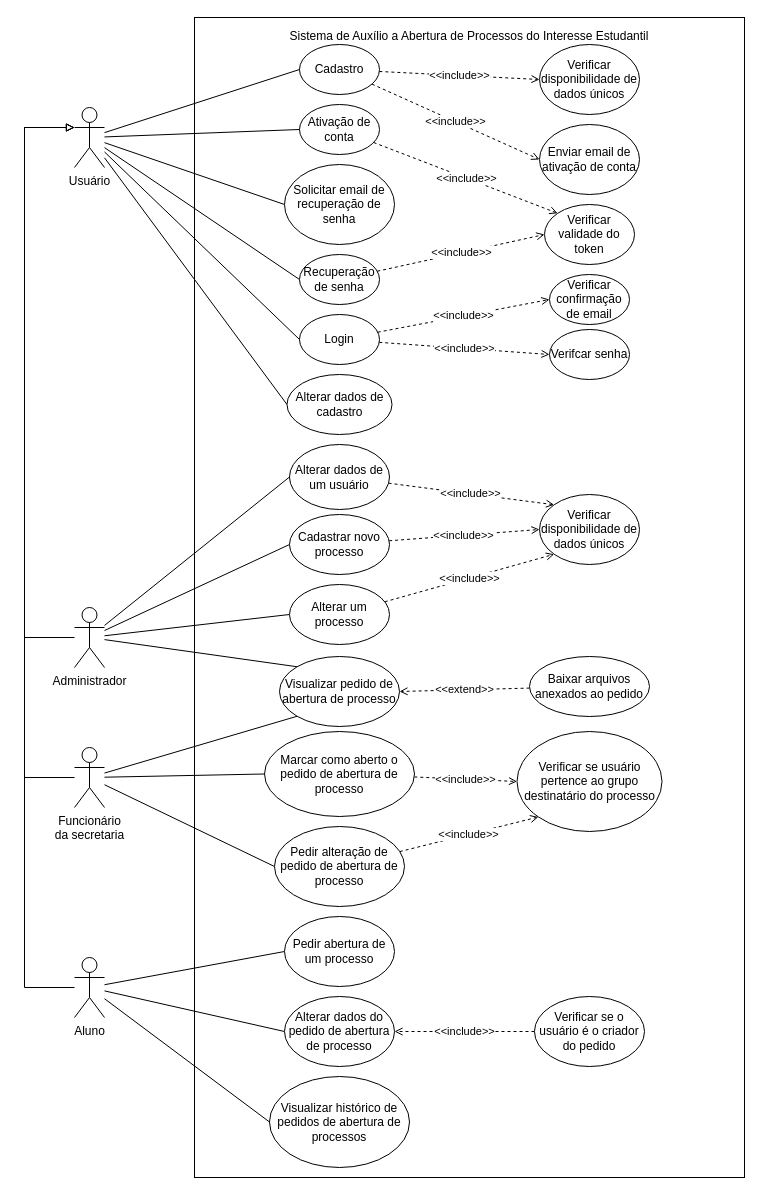
Before: docs/Use Case Diagram.drawio in JoaoG250/saapie, a draw.io diagram. Source tidied: cells renumbered, new cells numbered last; positions are measured from the earlier drawing's top-left corner, leaving out a move shared by most shapes. Both pictures are drawn from the tidied source at 100%, with x=0, y=0 at pixel (24, 17).
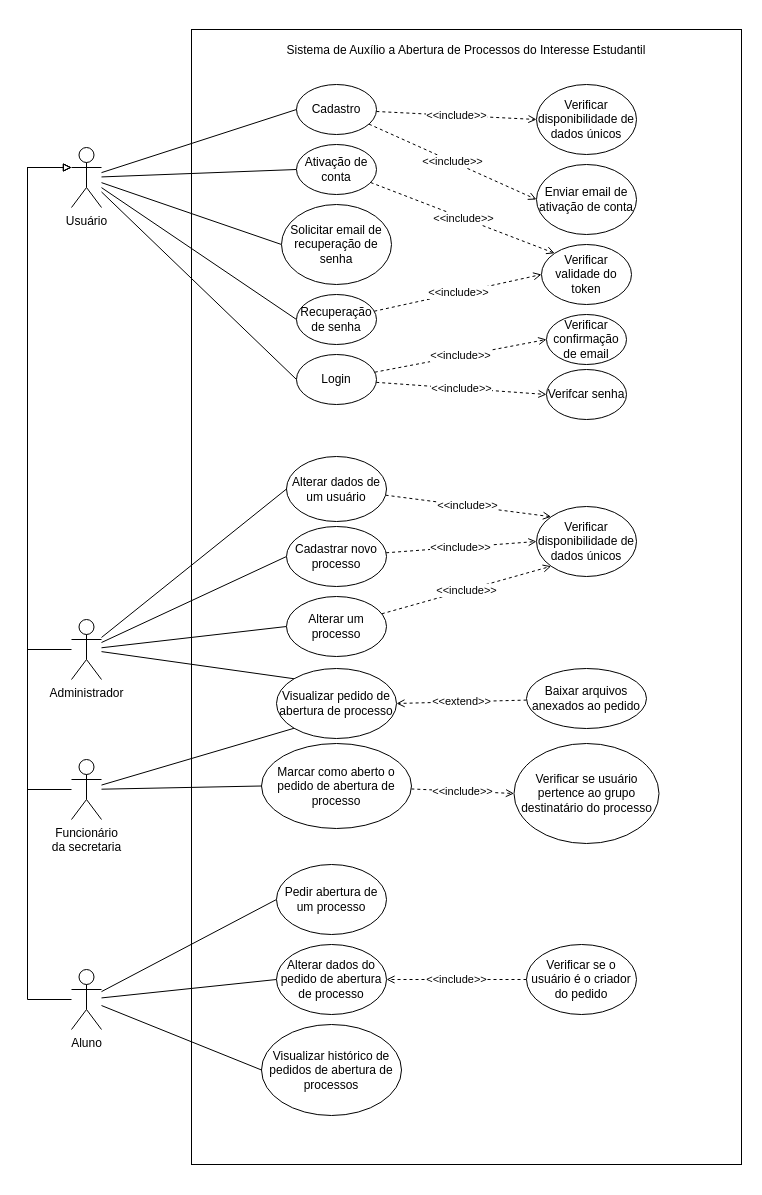
The same diagram, later.

The edit, as a diff of the source:
```diff
@@
-    <mxCell id="2" value="&lt;div&gt;Sistema de Auxílio a Abertura de Processos do Interesse Estudantil&lt;/div&gt;&lt;div&gt;&lt;br&gt;&lt;/div&gt;&lt;div&gt;&lt;br&gt;&lt;/div&gt;&lt;div&gt;&lt;br&gt;&lt;/div&gt;&lt;div&gt;&lt;br&gt;&lt;/div&gt;&lt;div&gt;&lt;br&gt;&lt;/div&gt;&lt;div&gt;&lt;br&gt;&lt;/div&gt;&lt;div&gt;&lt;br&gt;&lt;/div&gt;&lt;div&gt;&lt;br&gt;&lt;/div&gt;&lt;div&gt;&lt;br&gt;&lt;/div&gt;&lt;div&gt;&lt;br&gt;&lt;/div&gt;&lt;div&gt;&lt;br&gt;&lt;/div&gt;&lt;div&gt;&lt;br&gt;&lt;/div&gt;&lt;div&gt;&lt;br&gt;&lt;/div&gt;&lt;div&gt;&lt;br&gt;&lt;/div&gt;&lt;div&gt;&lt;br&gt;&lt;/div&gt;&lt;div&gt;&lt;br&gt;&lt;/div&gt;&lt;div&gt;&lt;br&gt;&lt;/div&gt;&lt;div&gt;&lt;br&gt;&lt;/div&gt;&lt;div&gt;&lt;br&gt;&lt;/div&gt;&lt;div&gt;&lt;br&gt;&lt;/div&gt;&lt;div&gt;&lt;br&gt;&lt;/div&gt;&lt;div&gt;&lt;br&gt;&lt;/div&gt;&lt;div&gt;&lt;br&gt;&lt;/div&gt;&lt;div&gt;&lt;br&gt;&lt;/div&gt;&lt;div&gt;&lt;br&gt;&lt;/div&gt;&lt;div&gt;&lt;br&gt;&lt;/div&gt;&lt;div&gt;&lt;br&gt;&lt;/div&gt;&lt;div&gt;&lt;br&gt;&lt;/div&gt;&lt;div&gt;&lt;br&gt;&lt;/div&gt;&lt;div&gt;&lt;br&gt;&lt;/div&gt;&lt;div&gt;&lt;br&gt;&lt;/div&gt;&lt;div&gt;&lt;br&gt;&lt;/div&gt;&lt;div&gt;&lt;br&gt;&lt;/div&gt;&lt;div&gt;&lt;br&gt;&lt;/div&gt;&lt;div&gt;&lt;br&gt;&lt;/div&gt;&lt;div&gt;&lt;br&gt;&lt;/div&gt;&lt;div&gt;&lt;br&gt;&lt;/div&gt;&lt;div&gt;&lt;br&gt;&lt;/div&gt;&lt;div&gt;&lt;br&gt;&lt;/div&gt;&lt;div&gt;&lt;br&gt;&lt;/div&gt;&lt;div&gt;&lt;br&gt;&lt;/div&gt;&lt;div&gt;&lt;br&gt;&lt;/div&gt;&lt;div&gt;&lt;br&gt;&lt;/div&gt;&lt;div&gt;&lt;br&gt;&lt;/div&gt;&lt;div&gt;&lt;br&gt;&lt;/div&gt;&lt;div&gt;&lt;br&gt;&lt;/div&gt;&lt;div&gt;&lt;br&gt;&lt;/div&gt;&lt;div&gt;&lt;br&gt;&lt;/div&gt;&lt;div&gt;&lt;br&gt;&lt;/div&gt;&lt;div&gt;&lt;br&gt;&lt;/div&gt;&lt;div&gt;&lt;br&gt;&lt;/div&gt;&lt;div&gt;&lt;br&gt;&lt;/div&gt;&lt;div&gt;&lt;br&gt;&lt;/div&gt;&lt;div&gt;&lt;br&gt;&lt;/div&gt;&lt;div&gt;&lt;br&gt;&lt;/div&gt;&lt;div&gt;&lt;br&gt;&lt;/div&gt;&lt;div&gt;&lt;br&gt;&lt;/div&gt;&lt;div&gt;&lt;br&gt;&lt;/div&gt;&lt;div&gt;&lt;br&gt;&lt;/div&gt;&lt;div&gt;&lt;br&gt;&lt;/div&gt;&lt;div&gt;&lt;br&gt;&lt;/div&gt;&lt;div&gt;&lt;br&gt;&lt;/div&gt;&lt;div&gt;&lt;br&gt;&lt;/div&gt;&lt;div&gt;&lt;br&gt;&lt;/div&gt;&lt;div&gt;&lt;br&gt;&lt;/div&gt;&lt;div&gt;&lt;br&gt;&lt;/div&gt;&lt;div&gt;&lt;br&gt;&lt;/div&gt;&lt;div&gt;&lt;br&gt;&lt;/div&gt;&lt;div&gt;&lt;br&gt;&lt;/div&gt;&lt;div&gt;&lt;br&gt;&lt;/div&gt;&lt;div&gt;&lt;br&gt;&lt;/div&gt;&lt;div&gt;&lt;br&gt;&lt;/div&gt;&lt;div&gt;&lt;br&gt;&lt;/div&gt;&lt;div&gt;&lt;br&gt;&lt;/div&gt;&lt;div&gt;&lt;br&gt;&lt;/div&gt;&lt;div&gt;&lt;br&gt;&lt;/div&gt;&lt;div&gt;&lt;br&gt;&lt;/div&gt;&lt;div&gt;&lt;br&gt;&lt;/div&gt;" style="rounded=0;whiteSpace=wrap;html=1;" parent="1" vertex="1">
-      <mxGeometry x="170" width="550" height="1160" as="geometry" />
+    <mxCell id="2" value="&lt;div&gt;Sistema de Auxílio a Abertura de Processos do Interesse Estudantil&lt;/div&gt;&lt;div&gt;&lt;br&gt;&lt;/div&gt;&lt;div&gt;&lt;br&gt;&lt;/div&gt;&lt;div&gt;&lt;br&gt;&lt;/div&gt;&lt;div&gt;&lt;br&gt;&lt;/div&gt;&lt;div&gt;&lt;br&gt;&lt;/div&gt;&lt;div&gt;&lt;br&gt;&lt;/div&gt;&lt;div&gt;&lt;br&gt;&lt;/div&gt;&lt;div&gt;&lt;br&gt;&lt;/div&gt;&lt;div&gt;&lt;br&gt;&lt;/div&gt;&lt;div&gt;&lt;br&gt;&lt;/div&gt;&lt;div&gt;&lt;br&gt;&lt;/div&gt;&lt;div&gt;&lt;br&gt;&lt;/div&gt;&lt;div&gt;&lt;br&gt;&lt;/div&gt;&lt;div&gt;&lt;br&gt;&lt;/div&gt;&lt;div&gt;&lt;br&gt;&lt;/div&gt;&lt;div&gt;&lt;br&gt;&lt;/div&gt;&lt;div&gt;&lt;br&gt;&lt;/div&gt;&lt;div&gt;&lt;br&gt;&lt;/div&gt;&lt;div&gt;&lt;br&gt;&lt;/div&gt;&lt;div&gt;&lt;br&gt;&lt;/div&gt;&lt;div&gt;&lt;br&gt;&lt;/div&gt;&lt;div&gt;&lt;br&gt;&lt;/div&gt;&lt;div&gt;&lt;br&gt;&lt;/div&gt;&lt;div&gt;&lt;br&gt;&lt;/div&gt;&lt;div&gt;&lt;br&gt;&lt;/div&gt;&lt;div&gt;&lt;br&gt;&lt;/div&gt;&lt;div&gt;&lt;br&gt;&lt;/div&gt;&lt;div&gt;&lt;br&gt;&lt;/div&gt;&lt;div&gt;&lt;br&gt;&lt;/div&gt;&lt;div&gt;&lt;br&gt;&lt;/div&gt;&lt;div&gt;&lt;br&gt;&lt;/div&gt;&lt;div&gt;&lt;br&gt;&lt;/div&gt;&lt;div&gt;&lt;br&gt;&lt;/div&gt;&lt;div&gt;&lt;br&gt;&lt;/div&gt;&lt;div&gt;&lt;br&gt;&lt;/div&gt;&lt;div&gt;&lt;br&gt;&lt;/div&gt;&lt;div&gt;&lt;br&gt;&lt;/div&gt;&lt;div&gt;&lt;br&gt;&lt;/div&gt;&lt;div&gt;&lt;br&gt;&lt;/div&gt;&lt;div&gt;&lt;br&gt;&lt;/div&gt;&lt;div&gt;&lt;br&gt;&lt;/div&gt;&lt;div&gt;&lt;br&gt;&lt;/div&gt;&lt;div&gt;&lt;br&gt;&lt;/div&gt;&lt;div&gt;&lt;br&gt;&lt;/div&gt;&lt;div&gt;&lt;br&gt;&lt;/div&gt;&lt;div&gt;&lt;br&gt;&lt;/div&gt;&lt;div&gt;&lt;br&gt;&lt;/div&gt;&lt;div&gt;&lt;br&gt;&lt;/div&gt;&lt;div&gt;&lt;br&gt;&lt;/div&gt;&lt;div&gt;&lt;br&gt;&lt;/div&gt;&lt;div&gt;&lt;br&gt;&lt;/div&gt;&lt;div&gt;&lt;br&gt;&lt;/div&gt;&lt;div&gt;&lt;br&gt;&lt;/div&gt;&lt;div&gt;&lt;br&gt;&lt;/div&gt;&lt;div&gt;&lt;br&gt;&lt;/div&gt;&lt;div&gt;&lt;br&gt;&lt;/div&gt;&lt;div&gt;&lt;br&gt;&lt;/div&gt;&lt;div&gt;&lt;br&gt;&lt;/div&gt;&lt;div&gt;&lt;br&gt;&lt;/div&gt;&lt;div&gt;&lt;br&gt;&lt;/div&gt;&lt;div&gt;&lt;br&gt;&lt;/div&gt;&lt;div&gt;&lt;br&gt;&lt;/div&gt;&lt;div&gt;&lt;br&gt;&lt;/div&gt;&lt;div&gt;&lt;br&gt;&lt;/div&gt;&lt;div&gt;&lt;br&gt;&lt;/div&gt;&lt;div&gt;&lt;br&gt;&lt;/div&gt;&lt;div&gt;&lt;br&gt;&lt;/div&gt;&lt;div&gt;&lt;br&gt;&lt;/div&gt;&lt;div&gt;&lt;br&gt;&lt;/div&gt;&lt;div&gt;&lt;br&gt;&lt;/div&gt;&lt;div&gt;&lt;br&gt;&lt;/div&gt;&lt;div&gt;&lt;br&gt;&lt;/div&gt;&lt;div&gt;&lt;br&gt;&lt;/div&gt;&lt;div&gt;&lt;br&gt;&lt;/div&gt;&lt;div&gt;&lt;br&gt;&lt;/div&gt;&lt;div&gt;&lt;br&gt;&lt;/div&gt;" style="rounded=0;whiteSpace=wrap;html=1;" parent="1" vertex="1">
+      <mxGeometry x="167" y="12" width="550" height="1135" as="geometry" />
     </mxCell>
@@
     <mxCell id="5" value="Login" style="ellipse;whiteSpace=wrap;html=1;" parent="1" vertex="1">
-      <mxGeometry x="275" y="297" width="80" height="50" as="geometry" />
+      <mxGeometry x="272" y="337" width="80" height="50" as="geometry" />
     </mxCell>
@@
     <mxCell id="8" value="Cadastro" style="ellipse;whiteSpace=wrap;html=1;" parent="1" vertex="1">
-      <mxGeometry x="275" y="27" width="80" height="50" as="geometry" />
+      <mxGeometry x="272" y="67" width="80" height="50" as="geometry" />
     </mxCell>
-    <mxCell id="9" style="edgeStyle=orthogonalEdgeStyle;rounded=0;jettySize=auto;html=1;entryX=0;entryY=0.3333333333333333;entryDx=0;entryDy=0;entryPerimeter=0;endArrow=block;endFill=0;" parent="1" edge="1" source="13" target="32">
-      <mxGeometry relative="1" as="geometry">
-        <Array as="points">
-          <mxPoint y="970" />
-          <mxPoint y="110" />
-        </Array>
-      </mxGeometry>
-    </mxCell>
@@
+    <mxCell id="9" style="edgeStyle=orthogonalEdgeStyle;rounded=0;jettySize=auto;html=1;entryX=0;entryY=0.3333333333333333;entryDx=0;entryDy=0;entryPerimeter=0;endArrow=block;endFill=0;" parent="1" edge="1" source="13" target="32">
+      <mxGeometry relative="1" as="geometry">
+        <Array as="points">
+          <mxPoint x="3" y="982" />
+          <mxPoint x="3" y="150" />
+        </Array>
+      </mxGeometry>
+    </mxCell>
     <mxCell id="13" value="&lt;div&gt;Aluno&lt;/div&gt;" style="shape=umlActor;verticalLabelPosition=bottom;verticalAlign=top;html=1;outlineConnect=0;" parent="1" vertex="1">
-      <mxGeometry x="50" y="940" width="30" height="60" as="geometry" />
+      <mxGeometry x="47" y="952" width="30" height="60" as="geometry" />
     </mxCell>
-    <mxCell id="14" style="edgeStyle=orthogonalEdgeStyle;rounded=0;jettySize=auto;html=1;entryX=0;entryY=0.3333333333333333;entryDx=0;entryDy=0;entryPerimeter=0;endArrow=block;endFill=0;" parent="1" edge="1" source="19" target="32">
-      <mxGeometry relative="1" as="geometry">
-        <Array as="points">
-          <mxPoint y="620" />
-          <mxPoint y="110" />
-        </Array>
-      </mxGeometry>
-    </mxCell>
@@
+    <mxCell id="14" style="edgeStyle=orthogonalEdgeStyle;rounded=0;jettySize=auto;html=1;entryX=0;entryY=0.3333333333333333;entryDx=0;entryDy=0;entryPerimeter=0;endArrow=block;endFill=0;" parent="1" edge="1" source="19" target="32">
+      <mxGeometry relative="1" as="geometry">
+        <Array as="points">
+          <mxPoint x="3" y="632" />
+          <mxPoint x="3" y="150" />
+        </Array>
+      </mxGeometry>
+    </mxCell>
     <mxCell id="19" value="Administrador" style="shape=umlActor;verticalLabelPosition=bottom;verticalAlign=top;html=1;outlineConnect=0;" parent="1" vertex="1">
-      <mxGeometry x="50" y="590" width="30" height="60" as="geometry" />
+      <mxGeometry x="47" y="602" width="30" height="60" as="geometry" />
     </mxCell>
-    <mxCell id="20" style="edgeStyle=orthogonalEdgeStyle;rounded=0;jettySize=auto;html=1;entryX=0;entryY=0.3333333333333333;entryDx=0;entryDy=0;entryPerimeter=0;endArrow=block;endFill=0;" parent="1" edge="1" source="24" target="32">
-      <mxGeometry relative="1" as="geometry">
-        <Array as="points">
-          <mxPoint y="760" />
-          <mxPoint y="110" />
-        </Array>
-      </mxGeometry>
-    </mxCell>
@@
-    <mxCell id="23" style="edgeStyle=none;rounded=0;jettySize=auto;html=1;entryX=0;entryY=0.5;entryDx=0;entryDy=0;endArrow=none;endFill=0;" parent="1" edge="1" source="24" target="55">
-      <mxGeometry relative="1" as="geometry" />
-    </mxCell>
+    <mxCell id="20" style="edgeStyle=orthogonalEdgeStyle;rounded=0;jettySize=auto;html=1;entryX=0;entryY=0.3333333333333333;entryDx=0;entryDy=0;entryPerimeter=0;endArrow=block;endFill=0;" parent="1" edge="1" source="24" target="32">
+      <mxGeometry relative="1" as="geometry">
+        <Array as="points">
+          <mxPoint x="3" y="772" />
+          <mxPoint x="3" y="150" />
+        </Array>
+      </mxGeometry>
+    </mxCell>
     <mxCell id="24" value="&lt;div&gt;Funcionário &lt;br&gt;&lt;/div&gt;&lt;div&gt;da secretaria&lt;/div&gt;" style="shape=umlActor;verticalLabelPosition=bottom;verticalAlign=top;html=1;outlineConnect=0;" parent="1" vertex="1">
-      <mxGeometry x="50" y="730" width="30" height="60" as="geometry" />
+      <mxGeometry x="47" y="742" width="30" height="60" as="geometry" />
     </mxCell>
     <mxCell id="25" value="Verifcar senha" style="ellipse;whiteSpace=wrap;html=1;" parent="1" vertex="1">
-      <mxGeometry x="525" y="312" width="80" height="50" as="geometry" />
+      <mxGeometry x="522" y="352" width="80" height="50" as="geometry" />
     </mxCell>
@@
-    <mxCell id="31" style="edgeStyle=none;rounded=0;jettySize=auto;html=1;entryX=0;entryY=0.5;entryDx=0;entryDy=0;endArrow=none;endFill=0;" parent="1" edge="1" source="32" target="62">
-      <mxGeometry relative="1" as="geometry" />
-    </mxCell>
     <mxCell id="32" value="&lt;div&gt;Usuário&lt;/div&gt;" style="shape=umlActor;verticalLabelPosition=bottom;verticalAlign=top;html=1;outlineConnect=0;" parent="1" vertex="1">
-      <mxGeometry x="50" y="90" width="30" height="60" as="geometry" />
+      <mxGeometry x="47" y="130" width="30" height="60" as="geometry" />
     </mxCell>
@@
     <mxCell id="34" value="Ativação de conta" style="ellipse;whiteSpace=wrap;html=1;" parent="1" vertex="1">
-      <mxGeometry x="275" y="87" width="80" height="50" as="geometry" />
+      <mxGeometry x="272" y="127" width="80" height="50" as="geometry" />
     </mxCell>
     <mxCell id="35" value="Solicitar email de recuperação de senha" style="ellipse;whiteSpace=wrap;html=1;" parent="1" vertex="1">
-      <mxGeometry x="260" y="147" width="110" height="80" as="geometry" />
+      <mxGeometry x="257" y="187" width="110" height="80" as="geometry" />
     </mxCell>
@@
     <mxCell id="37" value="Recuperação de senha" style="ellipse;whiteSpace=wrap;html=1;" parent="1" vertex="1">
-      <mxGeometry x="275" y="237" width="80" height="50" as="geometry" />
+      <mxGeometry x="272" y="277" width="80" height="50" as="geometry" />
     </mxCell>
     <mxCell id="38" value="Verificar disponibilidade de dados únicos" style="ellipse;whiteSpace=wrap;html=1;" parent="1" vertex="1">
-      <mxGeometry x="515" y="27" width="100" height="70" as="geometry" />
+      <mxGeometry x="512" y="67" width="100" height="70" as="geometry" />
     </mxCell>
     <mxCell id="39" value="Enviar email de ativação de conta" style="ellipse;whiteSpace=wrap;html=1;" parent="1" vertex="1">
-      <mxGeometry x="515" y="107" width="100" height="70" as="geometry" />
+      <mxGeometry x="512" y="147" width="100" height="70" as="geometry" />
     </mxCell>
     <mxCell id="40" value="Verificar validade do token" style="ellipse;whiteSpace=wrap;html=1;" parent="1" vertex="1">
-      <mxGeometry x="520" y="187" width="90" height="60" as="geometry" />
+      <mxGeometry x="517" y="227" width="90" height="60" as="geometry" />
     </mxCell>
     <mxCell id="41" value="Verificar confirmação de email" style="ellipse;whiteSpace=wrap;html=1;" parent="1" vertex="1">
-      <mxGeometry x="525" y="257" width="80" height="50" as="geometry" />
+      <mxGeometry x="522" y="297" width="80" height="50" as="geometry" />
     </mxCell>
@@
     <mxCell id="43" value="Alterar dados de um usuário" style="ellipse;whiteSpace=wrap;html=1;" parent="1" vertex="1">
-      <mxGeometry x="265" y="427" width="100" height="65" as="geometry" />
+      <mxGeometry x="262" y="439" width="100" height="65" as="geometry" />
     </mxCell>
     <mxCell id="44" value="Verificar disponibilidade de dados únicos" style="ellipse;whiteSpace=wrap;html=1;" parent="1" vertex="1">
-      <mxGeometry x="515" y="477" width="100" height="70" as="geometry" />
+      <mxGeometry x="512" y="489" width="100" height="70" as="geometry" />
     </mxCell>
@@
     <mxCell id="46" value="Cadastrar novo processo" style="ellipse;whiteSpace=wrap;html=1;" parent="1" vertex="1">
-      <mxGeometry x="265" y="497" width="100" height="60" as="geometry" />
+      <mxGeometry x="262" y="509" width="100" height="60" as="geometry" />
     </mxCell>
@@
     <mxCell id="48" value="Alterar um processo" style="ellipse;whiteSpace=wrap;html=1;" parent="1" vertex="1">
-      <mxGeometry x="265" y="567" width="100" height="60" as="geometry" />
+      <mxGeometry x="262" y="579" width="100" height="60" as="geometry" />
     </mxCell>
     <mxCell id="49" value="Visualizar pedido de abertura de processo" style="ellipse;whiteSpace=wrap;html=1;" parent="1" vertex="1">
-      <mxGeometry x="255" y="639" width="120" height="70" as="geometry" />
+      <mxGeometry x="252" y="651" width="120" height="70" as="geometry" />
     </mxCell>
@@
     <mxCell id="51" value="Baixar arquivos anexados ao pedido" style="ellipse;whiteSpace=wrap;html=1;" parent="1" vertex="1">
-      <mxGeometry x="505" y="639" width="120" height="60" as="geometry" />
+      <mxGeometry x="502" y="651" width="120" height="60" as="geometry" />
     </mxCell>
@@
     <mxCell id="53" value="Marcar como aberto o pedido de abertura de processo" style="ellipse;whiteSpace=wrap;html=1;" parent="1" vertex="1">
-      <mxGeometry x="240" y="714" width="150" height="85" as="geometry" />
+      <mxGeometry x="237" y="726" width="150" height="85" as="geometry" />
     </mxCell>
-    <mxCell id="54" value="&amp;lt;&amp;lt;include&amp;gt;&amp;gt;" style="edgeStyle=none;rounded=0;jettySize=auto;html=1;entryX=0;entryY=1;entryDx=0;entryDy=0;endArrow=open;endFill=0;dashed=1;" parent="1" edge="1" source="55" target="56">
-      <mxGeometry relative="1" as="geometry" />
-    </mxCell>
-    <mxCell id="55" value="Pedir alteração de pedido de abertura de processo" style="ellipse;whiteSpace=wrap;html=1;" parent="1" vertex="1">
-      <mxGeometry x="250" y="809" width="130" height="80" as="geometry" />
-    </mxCell>
     <mxCell id="56" value="Verificar se usuário pertence ao grupo destinatário do processo" style="ellipse;whiteSpace=wrap;html=1;" parent="1" vertex="1">
-      <mxGeometry x="492.5" y="714" width="145" height="100" as="geometry" />
+      <mxGeometry x="489.5" y="726" width="145" height="100" as="geometry" />
     </mxCell>
     <mxCell id="57" value="Pedir abertura de um processo" style="ellipse;whiteSpace=wrap;html=1;" parent="1" vertex="1">
-      <mxGeometry x="260" y="899" width="110" height="70" as="geometry" />
+      <mxGeometry x="252" y="847" width="110" height="70" as="geometry" />
     </mxCell>
     <mxCell id="58" value="Alterar dados do pedido de abertura de processo" style="ellipse;whiteSpace=wrap;html=1;" parent="1" vertex="1">
-      <mxGeometry x="260" y="979" width="110" height="70" as="geometry" />
+      <mxGeometry x="252" y="927" width="110" height="70" as="geometry" />
     </mxCell>
@@
     <mxCell id="60" value="Verificar se o usuário é o criador do pedido" style="ellipse;whiteSpace=wrap;html=1;" parent="1" vertex="1">
-      <mxGeometry x="510" y="979" width="110" height="70" as="geometry" />
+      <mxGeometry x="502" y="927" width="110" height="70" as="geometry" />
     </mxCell>
     <mxCell id="61" value="Visualizar histórico de pedidos de abertura de processos" style="ellipse;whiteSpace=wrap;html=1;" parent="1" vertex="1">
-      <mxGeometry x="245" y="1059" width="140" height="91" as="geometry" />
+      <mxGeometry x="237" y="1007" width="140" height="91" as="geometry" />
     </mxCell>
-    <mxCell id="62" value="Alterar dados de cadastro" style="ellipse;whiteSpace=wrap;html=1;" parent="1" vertex="1">
-      <mxGeometry x="262.5" y="357" width="105" height="60" as="geometry" />
-    </mxCell>
```
